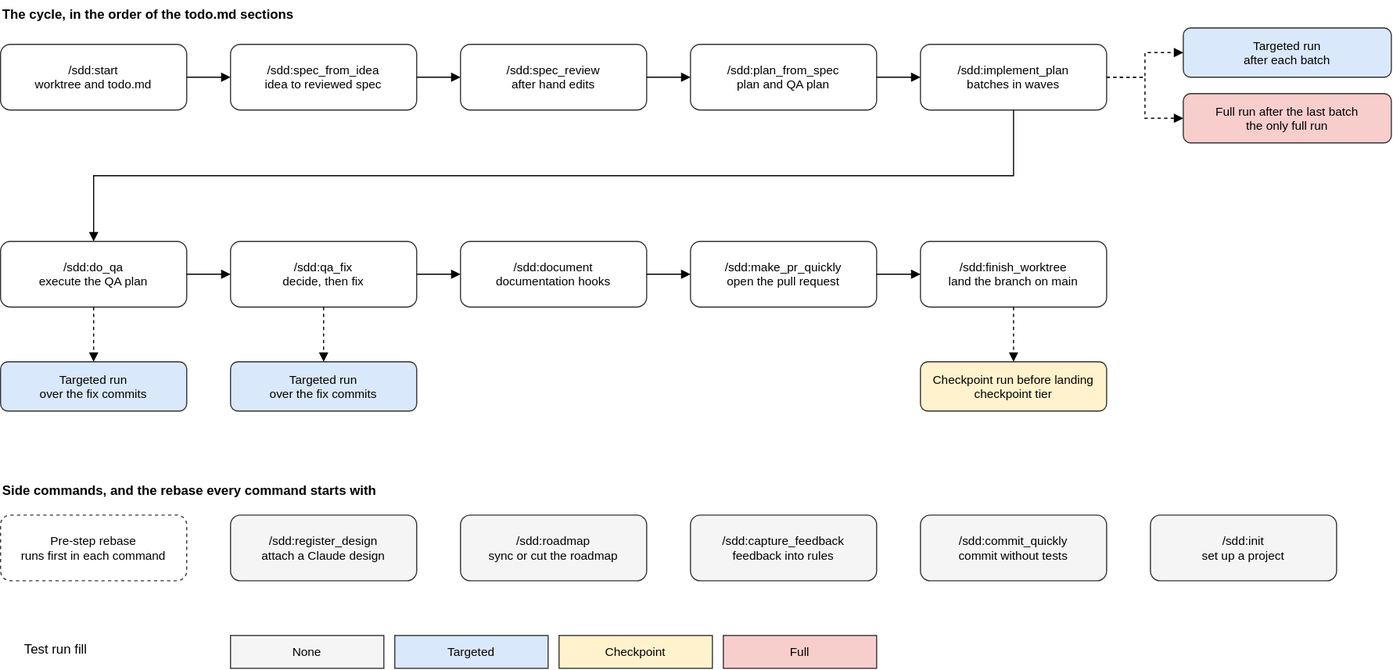
The draw.io diagram claude_plugins/sdd/docs/diagrams/overview.drawio.svg in preludetech/Freedom-LS, before a commit. Source tidied: cells renumbered, new cells last; positions are measured from the earlier drawing's top-left corner, leaving out a move shared by most shapes.
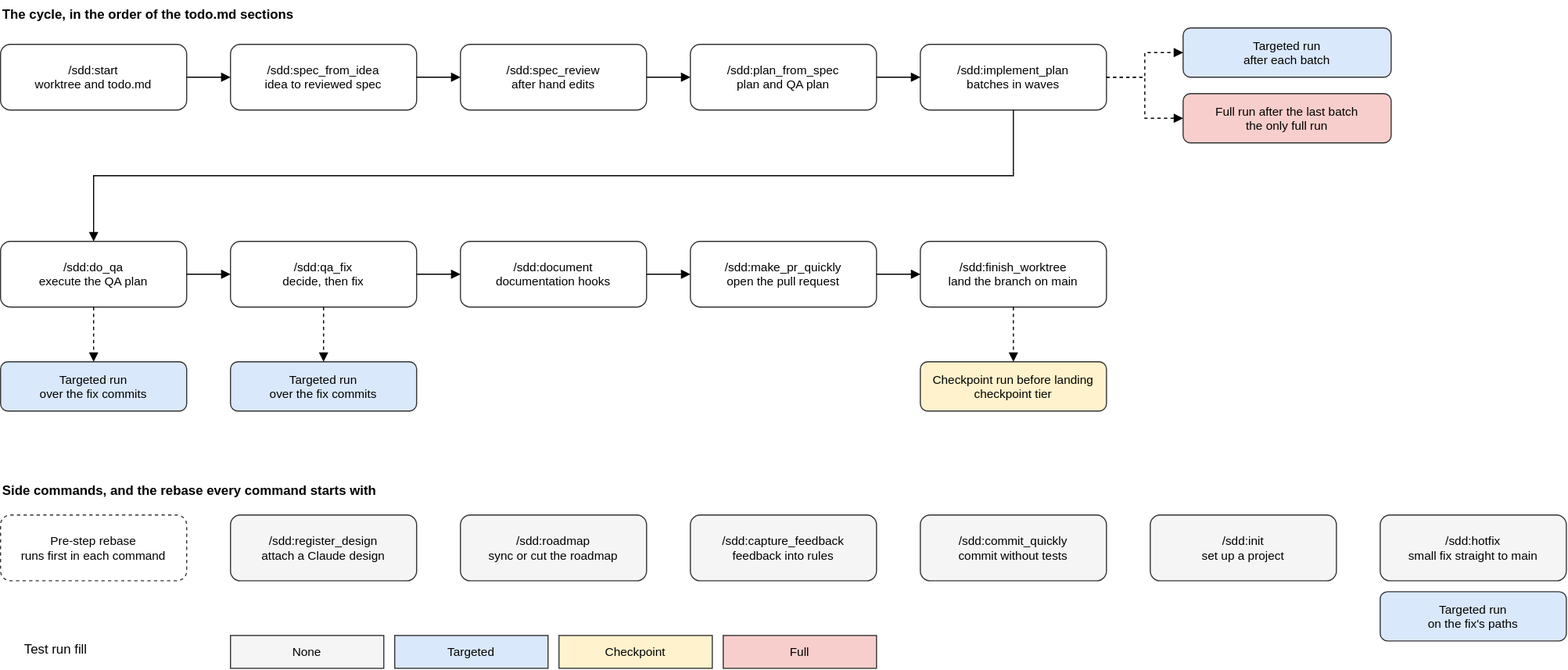
After the commit.

Commit message:
sdd: add the /sdd:hotfix command and its diagram

Diff of the diagram source:
```diff
@@ -133,5 +133,11 @@
     <mxCell id="43" value="Full" style="rounded=1;html=0;fontSize=11;strokeColor=#333333;fillColor=#f8cecc;rounded=0;" parent="1" vertex="1">
       <mxGeometry x="660" y="580" width="140" height="30" as="geometry" />
     </mxCell>
+    <mxCell id="44" value="/sdd:hotfix&#10;small fix straight to main" style="rounded=1;html=0;fontSize=11;strokeColor=#333333;fillColor=#f5f5f5;" parent="1" vertex="1">
+      <mxGeometry x="1260" y="470" width="170" height="60" as="geometry" />
+    </mxCell>
+    <mxCell id="45" value="Targeted run&#10;on the fix's paths" style="rounded=1;html=0;fontSize=11;strokeColor=#333333;fillColor=#dae8fc;" parent="1" vertex="1">
+      <mxGeometry x="1260" y="540" width="170" height="45" as="geometry" />
+    </mxCell>
   </root>
 </mxGraphModel>
```
